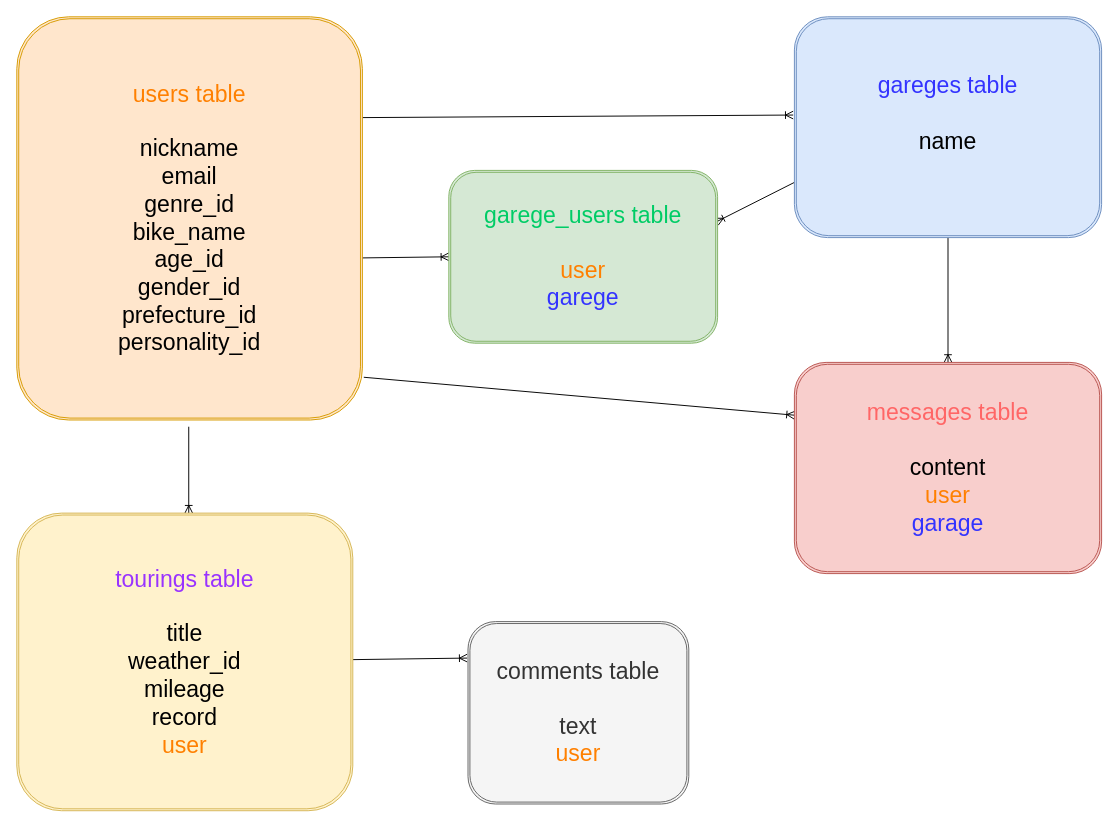
Earlier version of the draw.io diagram er.ride-with-me.dio (Tomoka17/ride-with-me). Source tidied: cells renumbered, new cells numbered last; positions are measured from the earlier drawing's top-left corner, leaving out a move shared by most shapes. Both pictures are drawn from the tidied source at 96%, with x=0, y=0 at pixel (16, 16).
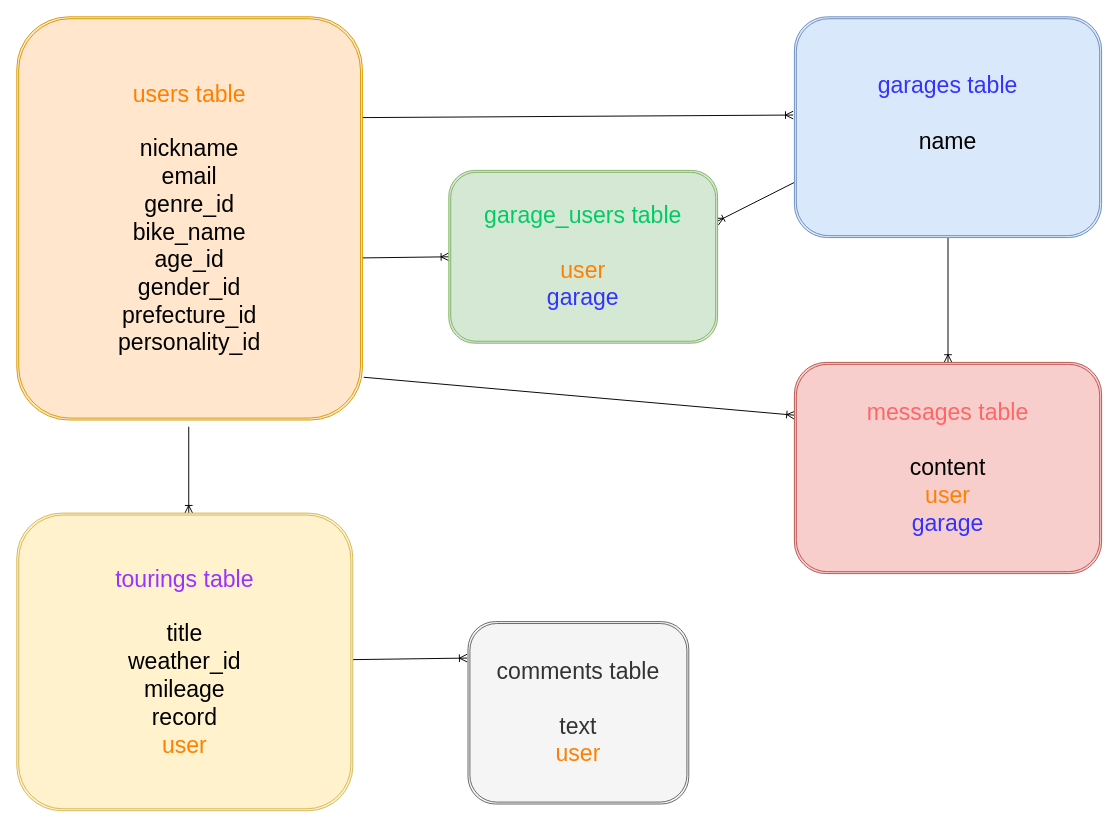
After the change.

Change to the diagram source:
```diff
@@
 <mxGraphModel>
   <root>
     <mxCell id="0" />
     <mxCell id="1" parent="0" />
     <mxCell id="2" style="edgeStyle=none;html=1;exitX=0.999;exitY=0.598;exitDx=0;exitDy=0;entryX=0;entryY=0.5;entryDx=0;entryDy=0;fontSize=24;endArrow=ERoneToMany;endFill=0;exitPerimeter=0;" parent="1" edge="1" source="6" target="10">
       <mxGeometry relative="1" as="geometry" />
     </mxCell>
     <mxCell id="3" style="edgeStyle=none;html=1;exitX=1;exitY=0.25;exitDx=0;exitDy=0;entryX=-0.004;entryY=0.445;entryDx=0;entryDy=0;entryPerimeter=0;fontSize=24;fontColor=#FF6666;endArrow=ERoneToMany;endFill=0;" parent="1" edge="1" source="6" target="9">
       <mxGeometry relative="1" as="geometry" />
     </mxCell>
     <mxCell id="4" style="edgeStyle=none;html=1;entryX=0;entryY=0.25;entryDx=0;entryDy=0;fontSize=24;fontColor=#FF6666;endArrow=ERoneToMany;endFill=0;exitX=1.004;exitY=0.894;exitDx=0;exitDy=0;exitPerimeter=0;" parent="1" edge="1" source="6" target="11">
       <mxGeometry relative="1" as="geometry" />
     </mxCell>
     <mxCell id="5" style="edgeStyle=none;html=1;fontSize=24;fontColor=#FF8000;endArrow=ERoneToMany;endFill=0;" parent="1" edge="1">
       <mxGeometry relative="1" as="geometry">
         <mxPoint x="179.1" y="427" as="sourcePoint" />
         <mxPoint x="179.1" y="517" as="targetPoint" />
       </mxGeometry>
     </mxCell>
     <mxCell id="6" value="&lt;font color=&quot;#ff8000&quot;&gt;users table&lt;br&gt;&lt;/font&gt;&lt;br&gt;nickname&lt;br&gt;email&lt;br&gt;genre_id&lt;br&gt;bike_name&lt;br&gt;age_id&lt;br&gt;gender_id&lt;br&gt;prefecture_id&lt;br&gt;personality_id" style="shape=ext;double=1;rounded=1;whiteSpace=wrap;html=1;fontSize=24;strokeColor=#d79b00;fillColor=#ffe6cc;" parent="1" vertex="1">
       <mxGeometry width="360" height="420" as="geometry" />
     </mxCell>
     <mxCell id="7" style="edgeStyle=none;html=1;exitX=0;exitY=0.75;exitDx=0;exitDy=0;entryX=0.996;entryY=0.297;entryDx=0;entryDy=0;entryPerimeter=0;fontSize=24;fontColor=#FF6666;endArrow=ERoneToMany;endFill=0;" parent="1" edge="1" source="9" target="10">
       <mxGeometry relative="1" as="geometry" />
     </mxCell>
     <mxCell id="8" style="edgeStyle=none;html=1;fontSize=24;fontColor=#FF6666;endArrow=ERoneToMany;endFill=0;entryX=0.5;entryY=0;entryDx=0;entryDy=0;" parent="1" edge="1" source="9" target="11">
       <mxGeometry relative="1" as="geometry" />
     </mxCell>
-    <mxCell id="9" value="&lt;font style=&quot;font-size: 24px&quot;&gt;&lt;font color=&quot;#3333ff&quot;&gt;gareges table&lt;/font&gt;&lt;br&gt;&lt;br&gt;name&lt;br&gt;&lt;br&gt;&lt;/font&gt;" style="shape=ext;double=1;rounded=1;whiteSpace=wrap;html=1;fontSize=18;fillColor=#dae8fc;strokeColor=#6c8ebf;" parent="1" vertex="1">
+    <mxCell id="9" value="&lt;font style=&quot;font-size: 24px&quot;&gt;&lt;font color=&quot;#3333ff&quot;&gt;garages table&lt;/font&gt;&lt;br&gt;&lt;br&gt;name&lt;br&gt;&lt;br&gt;&lt;/font&gt;" style="shape=ext;double=1;rounded=1;whiteSpace=wrap;html=1;fontSize=18;fillColor=#dae8fc;strokeColor=#6c8ebf;" parent="1" vertex="1">
       <mxGeometry x="810" width="320" height="230" as="geometry" />
     </mxCell>
-    <mxCell id="10" value="&lt;font color=&quot;#00cc66&quot;&gt;garege_users table&lt;/font&gt;&lt;br&gt;&lt;br&gt;&lt;font color=&quot;#ff8000&quot;&gt;user&lt;/font&gt;&lt;br&gt;&lt;font color=&quot;#3333ff&quot;&gt;garege&lt;/font&gt;" style="shape=ext;double=1;rounded=1;whiteSpace=wrap;html=1;fontSize=24;fillColor=#d5e8d4;strokeColor=#82b366;" parent="1" vertex="1">
+    <mxCell id="10" value="&lt;font color=&quot;#00cc66&quot;&gt;garage_users table&lt;/font&gt;&lt;br&gt;&lt;br&gt;&lt;font color=&quot;#ff8000&quot;&gt;user&lt;/font&gt;&lt;br&gt;&lt;font color=&quot;#3333ff&quot;&gt;garage&lt;/font&gt;" style="shape=ext;double=1;rounded=1;whiteSpace=wrap;html=1;fontSize=24;fillColor=#d5e8d4;strokeColor=#82b366;" parent="1" vertex="1">
       <mxGeometry x="450" y="160" width="280" height="180" as="geometry" />
     </mxCell>
     <mxCell id="11" value="&lt;font color=&quot;#ff6666&quot;&gt;messages table&lt;/font&gt;&lt;br&gt;&amp;nbsp;&lt;br&gt;content&lt;br&gt;&lt;font color=&quot;#ff8000&quot;&gt;user&lt;/font&gt;&lt;br&gt;&lt;font color=&quot;#3333ff&quot;&gt;garage&lt;/font&gt;" style="shape=ext;double=1;rounded=1;whiteSpace=wrap;html=1;fontSize=24;glass=0;shadow=0;fillColor=#f8cecc;strokeColor=#b85450;" parent="1" vertex="1">
       <mxGeometry x="810" y="360" width="320" height="220" as="geometry" />
     </mxCell>
     <mxCell id="12" style="edgeStyle=none;html=1;entryX=-0.004;entryY=0.2;entryDx=0;entryDy=0;entryPerimeter=0;fontSize=24;fontColor=#FF8000;endArrow=ERoneToMany;endFill=0;" parent="1" edge="1" source="13" target="14">
       <mxGeometry relative="1" as="geometry" />
     </mxCell>
     <mxCell id="13" value="&lt;font color=&quot;#9933ff&quot;&gt;tourings table&lt;br&gt;&lt;/font&gt;&lt;br&gt;title&lt;br&gt;weather_id&lt;br&gt;mileage&lt;br&gt;record&lt;br&gt;&lt;font color=&quot;#ff8000&quot;&gt;user&lt;/font&gt;" style="shape=ext;double=1;rounded=1;whiteSpace=wrap;html=1;shadow=0;glass=0;fontSize=24;strokeColor=#d6b656;fillColor=#fff2cc;" parent="1" vertex="1">
       <mxGeometry y="517" width="350" height="310" as="geometry" />
     </mxCell>
     <mxCell id="14" value="comments table&lt;br&gt;&lt;br&gt;text&lt;br&gt;&lt;font color=&quot;#ff8000&quot;&gt;user&lt;/font&gt;" style="shape=ext;double=1;rounded=1;whiteSpace=wrap;html=1;shadow=0;glass=0;fontSize=24;strokeColor=#666666;fillColor=#f5f5f5;fontColor=#333333;" parent="1" vertex="1">
       <mxGeometry x="470" y="630" width="230" height="190" as="geometry" />
     </mxCell>
   </root>
 </mxGraphModel>
```
